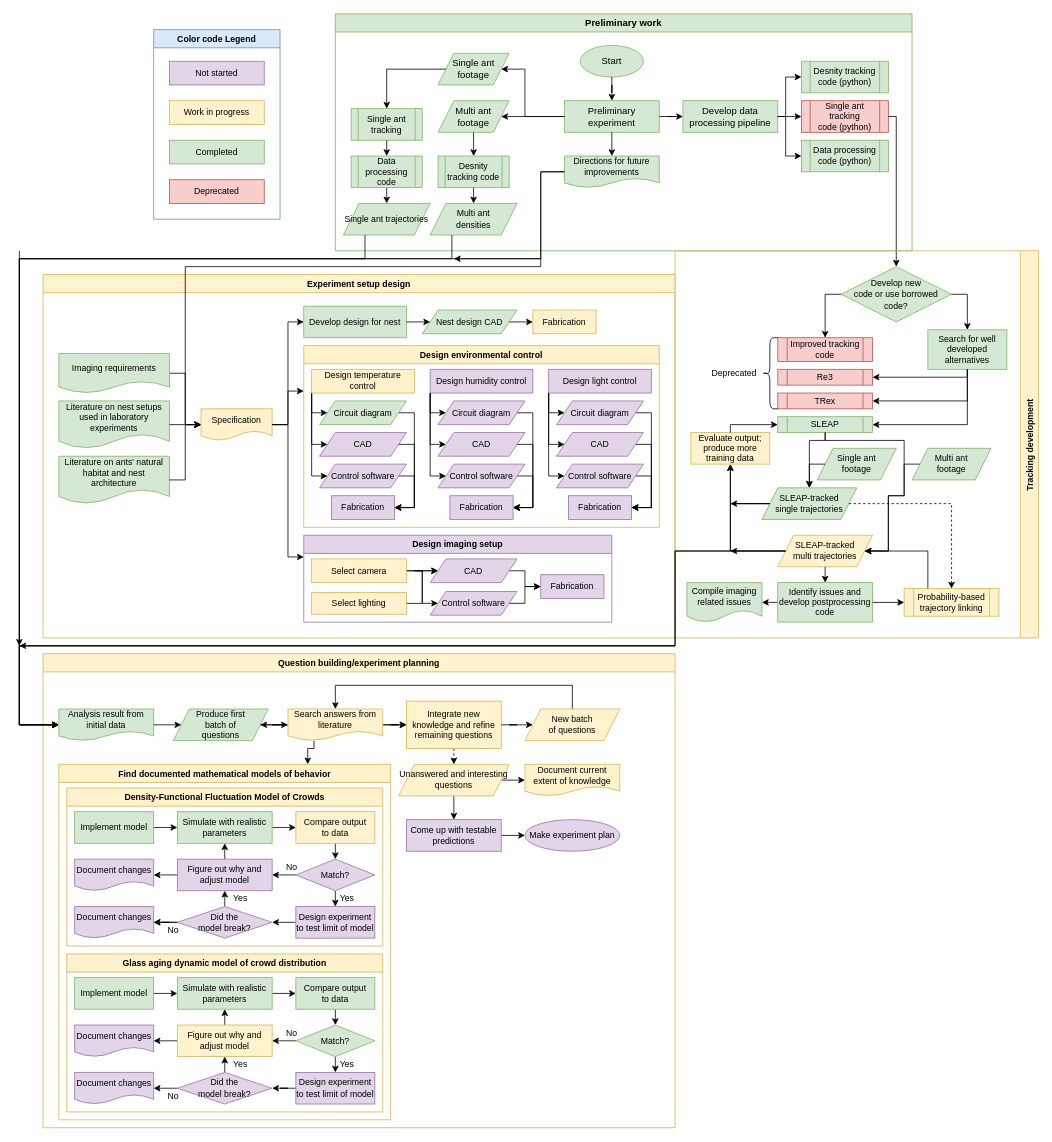
This is research/Progress.drawio from MangledPotat0/diagramsRoot, a draw.io file, before an edit. Source tidied: cells renumbered, new cells numbered last; positions are measured from the earlier drawing's top-left corner, leaving out a move shared by most shapes. Both pictures are drawn from the tidied source at 79%, with x=0, y=0 at pixel (19, 13).
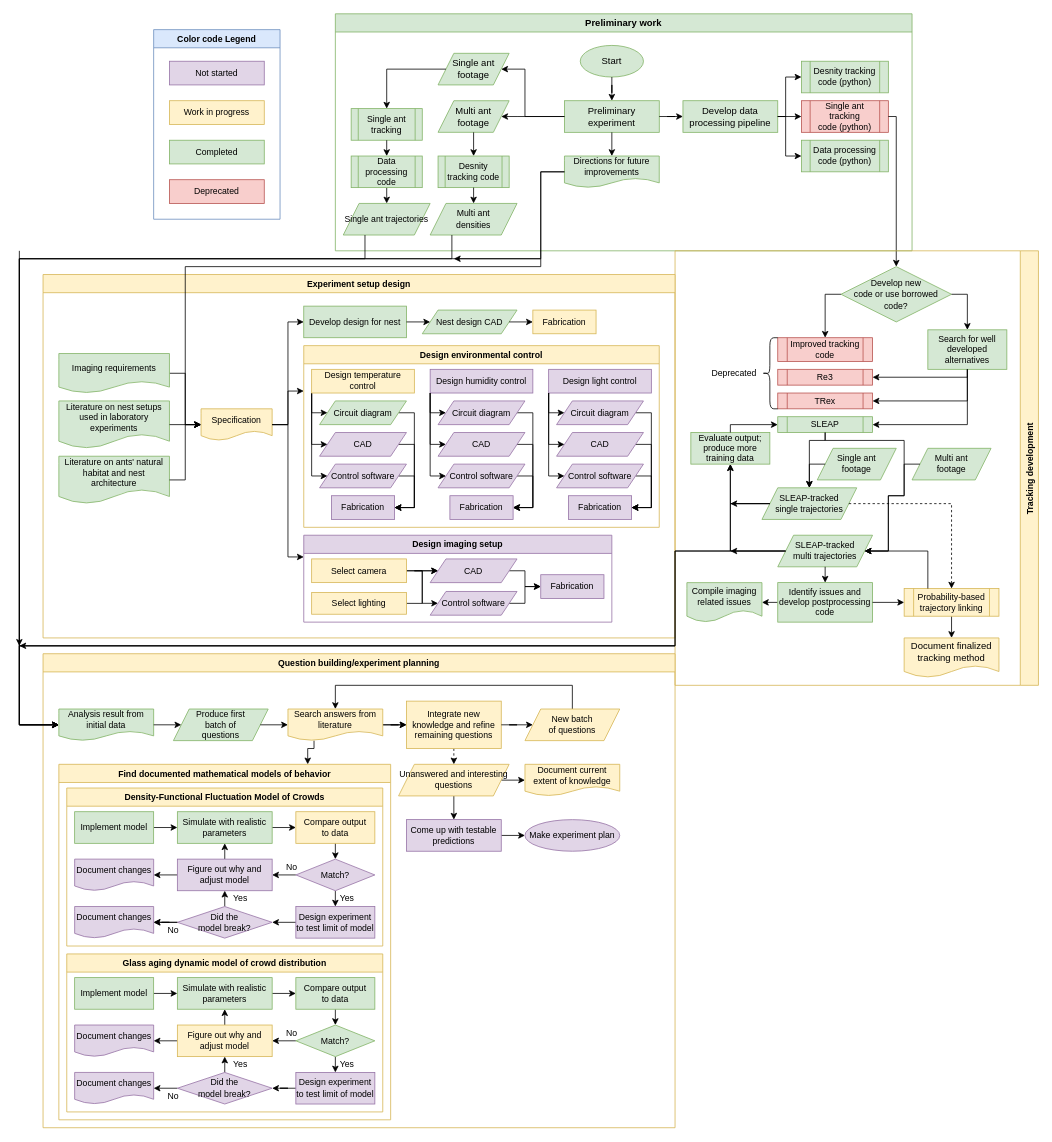
The same diagram, later.

The change refers to these unchanged cells:
```xml
<mxCell id="32" value="Probability-based trajectory linking" style="shape=process;whiteSpace=wrap;html=1;backgroundOutline=1;fontSize=11;fillColor=#fff2cc;strokeColor=#d6b656;" parent="31" vertex="1">
  <mxGeometry x="290" y="427.5" width="120" height="35" as="geometry" />
</mxCell>
<mxCell id="132" value="Question building/experiment planning" style="swimlane;fontSize=11;fillColor=#fff2cc;strokeColor=#d6b656;" parent="1" vertex="1">
  <mxGeometry x="30" y="810" width="800" height="600" as="geometry" />
</mxCell>
<mxCell id="133" value="&lt;div&gt;Produce first &lt;br&gt;&lt;/div&gt;&lt;div&gt;batch of &lt;br&gt;&lt;/div&gt;&lt;div&gt;questions&lt;/div&gt;" style="shape=parallelogram;perimeter=parallelogramPerimeter;whiteSpace=wrap;html=1;fixedSize=1;fontSize=11;fillColor=#d5e8d4;strokeColor=#82b366;" parent="132" vertex="1">
  <mxGeometry x="165" y="70" width="120" height="40" as="geometry" />
</mxCell>
<mxCell id="204" value="Search answers from literature" style="shape=document;whiteSpace=wrap;html=1;boundedLbl=1;fontSize=11;fillColor=#fff2cc;strokeColor=#d6b656;" parent="132" vertex="1">
  <mxGeometry x="310" y="70" width="120" height="40" as="geometry" />
</mxCell>
```

The edit, as a diff of the source:
```diff
@@
     <mxCell id="31" value="Tracking development" style="swimlane;horizontal=0;fontSize=11;direction=west;fillColor=#fff2cc;strokeColor=#d6b656;" parent="1" vertex="1">
-      <mxGeometry x="830" y="300" width="460" height="490" as="geometry" />
+      <mxGeometry x="830" y="300" width="460" height="550" as="geometry" />
     </mxCell>
+    <mxCell id="215" style="edgeStyle=orthogonalEdgeStyle;rounded=0;jettySize=auto;html=1;exitX=0.5;exitY=1;exitDx=0;exitDy=0;entryX=0.5;entryY=0;entryDx=0;entryDy=0;" parent="31" edge="1" source="32" target="216">
+      <mxGeometry relative="1" as="geometry" />
+    </mxCell>
@@
-    <mxCell id="36" value="&lt;div&gt;SLEAP-tracked &lt;br&gt;&lt;/div&gt;&lt;div&gt;multi trajectories&lt;/div&gt;" style="shape=parallelogram;perimeter=parallelogramPerimeter;whiteSpace=wrap;html=1;fixedSize=1;fontSize=11;fillColor=#fff2cc;strokeColor=#d6b656;" parent="31" vertex="1">
+    <mxCell id="36" value="&lt;div&gt;SLEAP-tracked &lt;br&gt;&lt;/div&gt;&lt;div&gt;multi trajectories&lt;/div&gt;" style="shape=parallelogram;perimeter=parallelogramPerimeter;whiteSpace=wrap;html=1;fixedSize=1;fontSize=11;fillColor=#d5e8d4;strokeColor=#82b366;" parent="31" vertex="1">
       <mxGeometry x="130" y="360" width="120" height="40" as="geometry" />
     </mxCell>
@@
-    <mxCell id="41" value="Evaluate output; produce more training data" style="rounded=0;whiteSpace=wrap;html=1;fontSize=11;fillColor=#fff2cc;strokeColor=#d6b656;" parent="31" vertex="1">
+    <mxCell id="41" value="Evaluate output; produce more training data" style="rounded=0;whiteSpace=wrap;html=1;fontSize=11;fillColor=#d5e8d4;strokeColor=#82b366;" parent="31" vertex="1">
       <mxGeometry x="20" y="230" width="100" height="40" as="geometry" />
     </mxCell>
@@
+    <mxCell id="216" value="Document finalized tracking method" style="shape=document;whiteSpace=wrap;html=1;boundedLbl=1;fillColor=#fff2cc;strokeColor=#d6b656;" parent="31" vertex="1">
+      <mxGeometry x="290" y="490" width="120" height="50" as="geometry" />
+    </mxCell>
@@
-    <mxCell id="202" style="edgeStyle=orthogonalEdgeStyle;rounded=0;jettySize=auto;html=1;fontSize=11;exitX=0;exitY=0.5;exitDx=0;exitDy=0;" parent="132" edge="1" source="204" target="133">
-      <mxGeometry relative="1" as="geometry" />
-    </mxCell>
```
